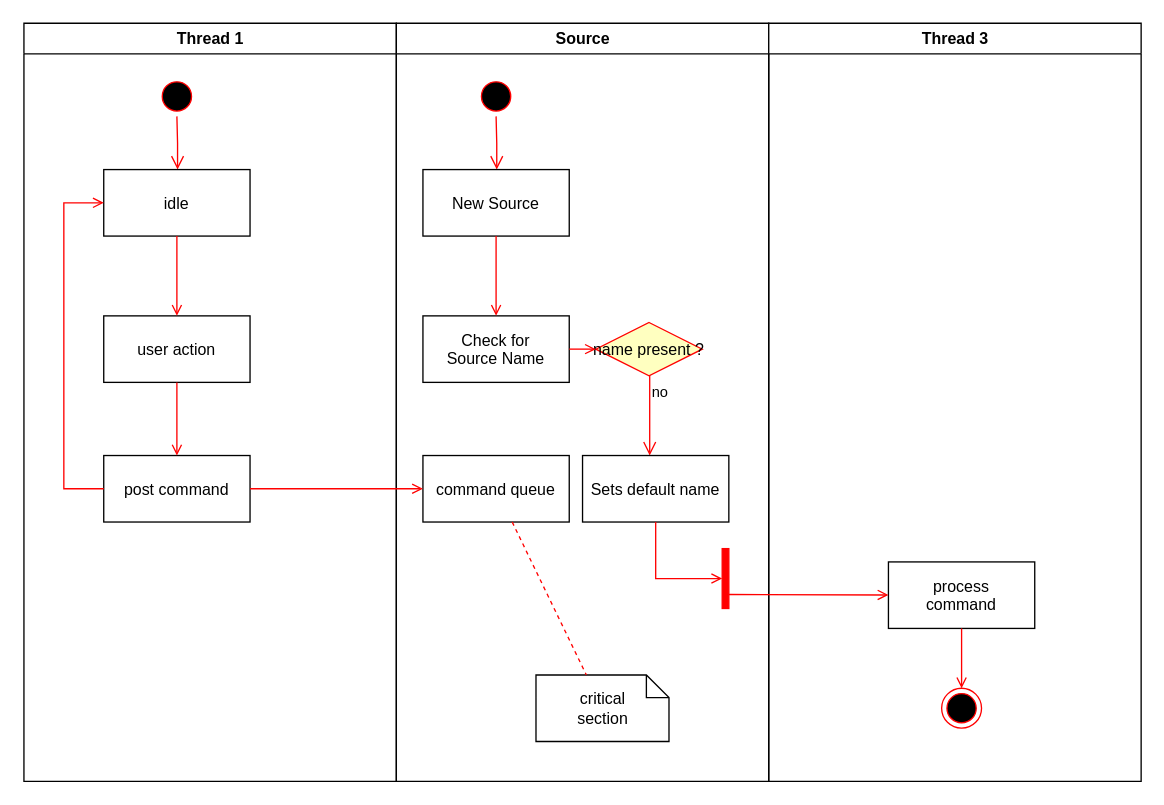
The draw.io diagram architecture/uml/activity/graphql-graphql-go-architecture-activity.drawio in chris-ramon/thesis-graphql-go, before the edit. Source tidied: cells renumbered, new cells numbered last; positions are measured from the earlier drawing's top-left corner, leaving out a move shared by most shapes. Both pictures are drawn from the tidied source at 133%, with x=0, y=0 at pixel (23, 23).
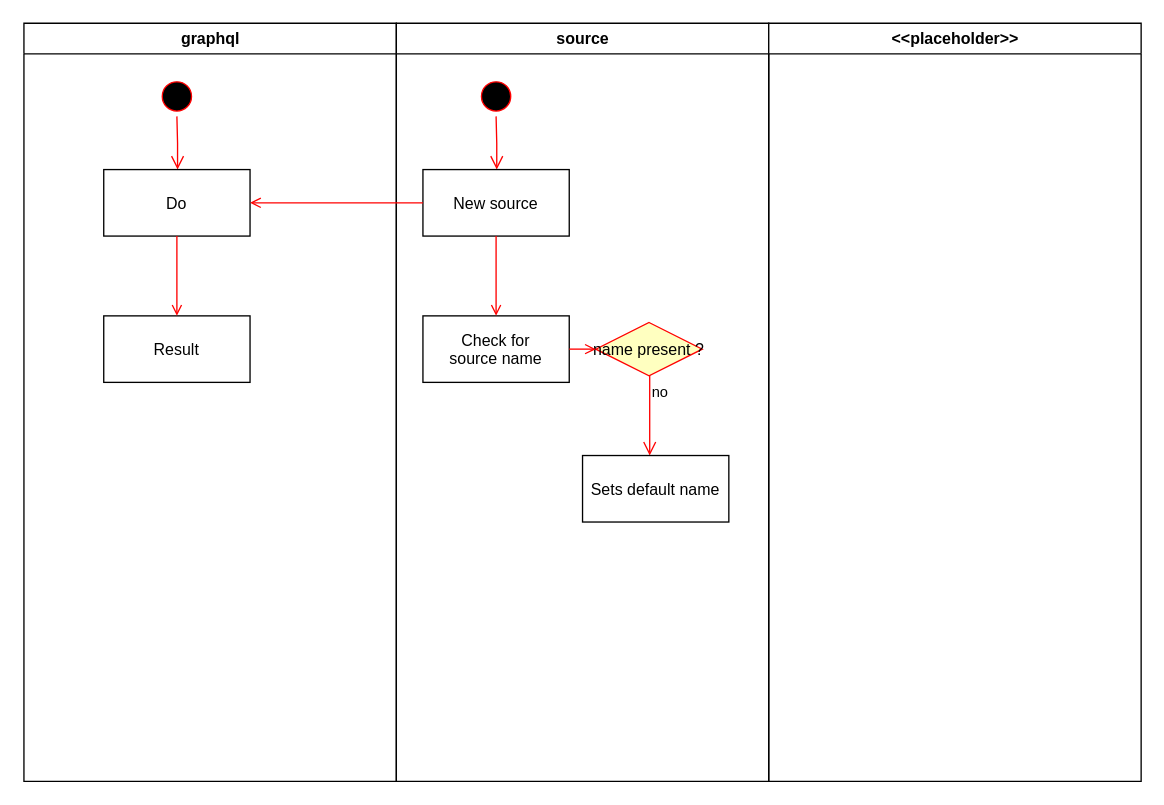
The same diagram, later.

Commit message:
architecture/uml/activity: adds graphql component

The change refers to these unchanged cells:
```xml
<mxCell id="21" value="Sets default name" parent="11" vertex="1">
  <mxGeometry x="140" y="325" width="110" height="50" as="geometry" />
</mxCell>
```

The edit, as a diff of the source:
```diff
@@
-    <mxCell id="2" value="Thread 1" style="swimlane;whiteSpace=wrap;" parent="1" vertex="1">
+    <mxCell id="2" value="graphql" style="swimlane;whiteSpace=wrap;" parent="1" vertex="1">
       <mxGeometry x="0.5" width="280" height="570" as="geometry" />
     </mxCell>
@@
-    <mxCell id="5" value="idle" parent="2" vertex="1">
+    <mxCell id="5" value="Do" parent="2" vertex="1">
       <mxGeometry x="60" y="110" width="110" height="50" as="geometry" />
     </mxCell>
-    <mxCell id="6" value="user action" parent="2" vertex="1">
+    <mxCell id="6" value="Result" parent="2" vertex="1">
       <mxGeometry x="60" y="220" width="110" height="50" as="geometry" />
     </mxCell>
@@
-    <mxCell id="8" value="post command" parent="2" vertex="1">
-      <mxGeometry x="60" y="325" width="110" height="50" as="geometry" />
-    </mxCell>
-    <mxCell id="9" style="endArrow=open;strokeColor=#FF0000;endFill=1;rounded=0;" parent="2" edge="1" source="6" target="8">
-      <mxGeometry relative="1" as="geometry" />
-    </mxCell>
-    <mxCell id="10" style="edgeStyle=elbowEdgeStyle;elbow=horizontal;strokeColor=#FF0000;endArrow=open;endFill=1;rounded=0;" parent="2" edge="1" source="8" target="5">
-      <mxGeometry relative="1" as="geometry">
-        <Array as="points">
-          <mxPoint x="30" y="250" />
-        </Array>
-      </mxGeometry>
-    </mxCell>
-    <mxCell id="11" value="Source" style="swimlane;whiteSpace=wrap;" parent="1" vertex="1">
+    <mxCell id="11" value="source" style="swimlane;whiteSpace=wrap;startSize=23;" parent="1" vertex="1">
       <mxGeometry x="280.5" width="280" height="570" as="geometry" />
     </mxCell>
@@
-    <mxCell id="14" value="New Source" parent="11" vertex="1">
+    <mxCell id="14" value="New source" parent="11" vertex="1">
       <mxGeometry x="20" y="110" width="110" height="50" as="geometry" />
     </mxCell>
-    <mxCell id="15" value="Check for&#10;Source Name" parent="11" vertex="1">
+    <mxCell id="15" value="Check for&#10;source name" parent="11" vertex="1">
       <mxGeometry x="20" y="220" width="110" height="50" as="geometry" />
     </mxCell>
@@
-    <mxCell id="17" value="command queue" parent="11" vertex="1">
-      <mxGeometry x="20" y="325" width="110" height="50" as="geometry" />
-    </mxCell>
@@
-    <mxCell id="22" value="critical&#10;section" style="shape=note;whiteSpace=wrap;size=17;" parent="11" vertex="1">
-      <mxGeometry x="105" y="490" width="100" height="50" as="geometry" />
-    </mxCell>
-    <mxCell id="23" style="endArrow=none;strokeColor=#FF0000;endFill=0;rounded=0;dashed=1;" parent="11" edge="1" source="17" target="22">
-      <mxGeometry relative="1" as="geometry" />
-    </mxCell>
-    <mxCell id="24" style="whiteSpace=wrap;strokeColor=#FF0000;fillColor=#FF0000;" parent="11" vertex="1">
-      <mxGeometry x="245" y="395" width="5" height="45" as="geometry" />
-    </mxCell>
-    <mxCell id="25" style="edgeStyle=elbowEdgeStyle;elbow=horizontal;entryX=0;entryY=0.5;strokeColor=#FF0000;endArrow=open;endFill=1;rounded=0;" parent="11" edge="1" source="21" target="24">
-      <mxGeometry relative="1" as="geometry">
-        <Array as="points">
-          <mxPoint x="195" y="400" />
-        </Array>
-      </mxGeometry>
-    </mxCell>
-    <mxCell id="26" value="Thread 3" style="swimlane;whiteSpace=wrap;" parent="1" vertex="1">
+    <mxCell id="26" value="&lt;&lt;placeholder&gt;&gt;" style="swimlane;whiteSpace=wrap;" parent="1" vertex="1">
       <mxGeometry x="560.5" width="280" height="570" as="geometry" />
     </mxCell>
-    <mxCell id="27" value="process&#10;command" parent="26" vertex="1">
-      <mxGeometry x="90" y="405" width="110" height="50" as="geometry" />
-    </mxCell>
-    <mxCell id="28" style="edgeStyle=none;strokeColor=#FF0000;endArrow=open;endFill=1;rounded=0;" parent="26" edge="1" target="27">
-      <mxGeometry relative="1" as="geometry">
-        <mxPoint x="-30" y="429.5" as="sourcePoint" />
-      </mxGeometry>
-    </mxCell>
-    <mxCell id="29" style="ellipse;shape=endState;fillColor=#000000;strokeColor=#ff0000;" parent="26" vertex="1">
-      <mxGeometry x="130" y="500" width="30" height="30" as="geometry" />
-    </mxCell>
-    <mxCell id="30" style="endArrow=open;strokeColor=#FF0000;endFill=1;rounded=0;" parent="26" edge="1" source="27" target="29">
-      <mxGeometry relative="1" as="geometry" />
-    </mxCell>
-    <mxCell id="31" style="endArrow=open;strokeColor=#FF0000;endFill=1;rounded=0;" parent="1" edge="1" source="8" target="17">
+    <mxCell id="31" style="endArrow=open;strokeColor=#FF0000;endFill=1;rounded=0;entryX=1;entryY=0.5;entryDx=0;entryDy=0;exitX=0;exitY=0.5;exitDx=0;exitDy=0;" parent="1" edge="1" source="14" target="5">
       <mxGeometry relative="1" as="geometry" />
     </mxCell>
```
